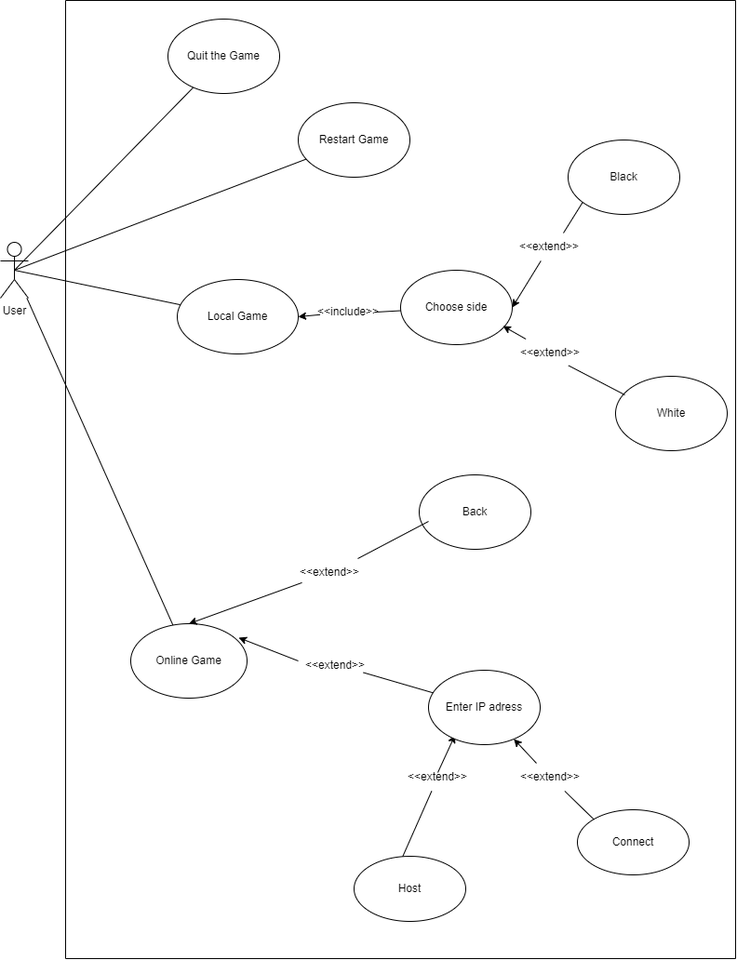
Before: UML/Use-case.png, a diagram exported from draw.io (ageru666/git_oop). Source tidied: cells renumbered, new cells last; positions are measured from the earlier drawing's top-left corner, leaving out a move shared by most shapes.
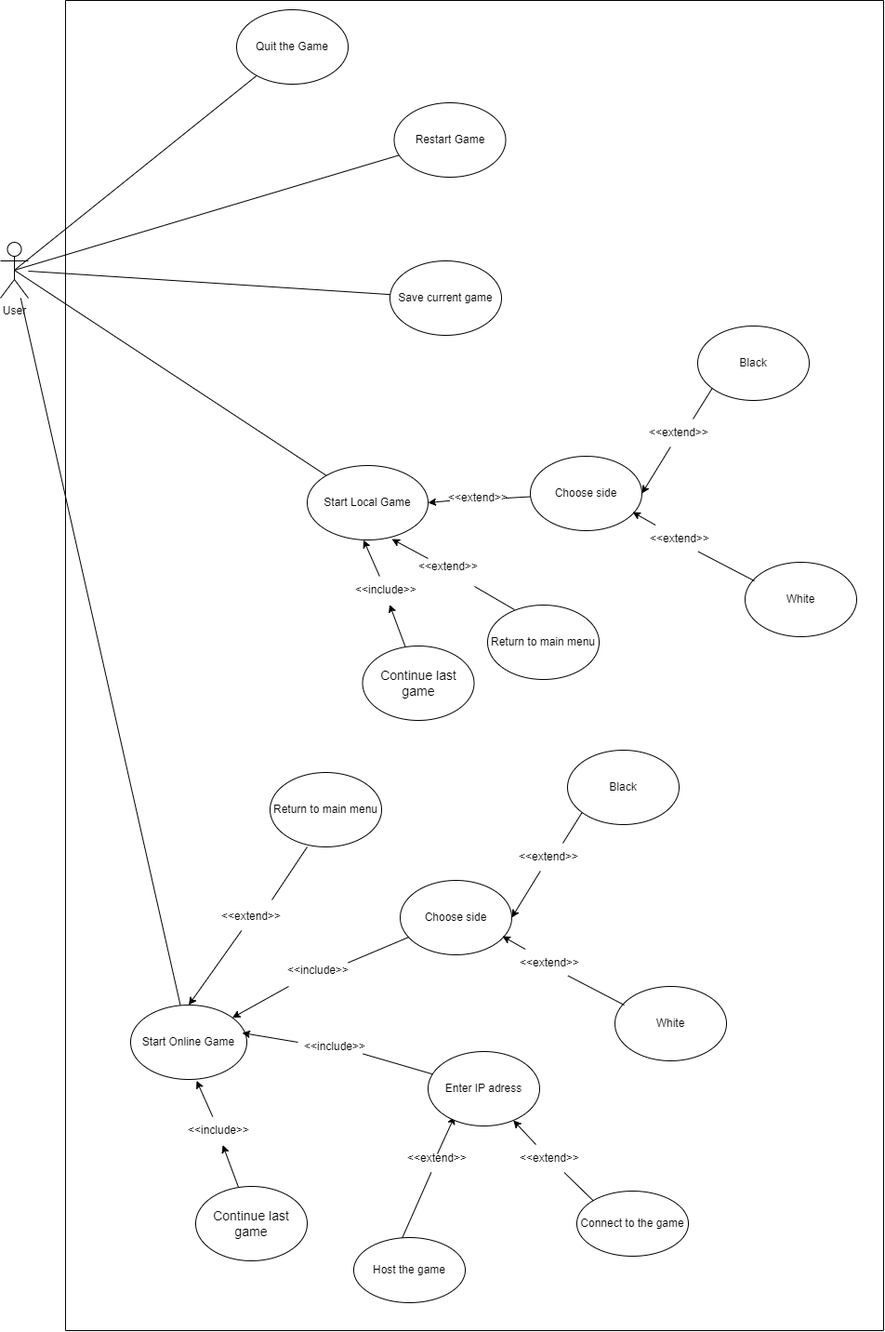
The same file after the commit.

What changed in the source:
```diff
@@ -8,60 +8,60 @@
     <mxCell id="3" style="endArrow=none;html=1;rounded=0;exitX=0.5;exitY=0.5;exitDx=0;exitDy=0;exitPerimeter=0;" parent="1" edge="1" source="2" target="4">
       <mxGeometry relative="1" as="geometry" />
     </mxCell>
-    <mxCell id="4" value="Local Game" style="ellipse;whiteSpace=wrap;html=1;" parent="1" vertex="1">
-      <mxGeometry x="190" y="300" width="130" height="80" as="geometry" />
+    <mxCell id="4" value="Start Local Game" style="ellipse;whiteSpace=wrap;html=1;" parent="1" vertex="1">
+      <mxGeometry x="330" y="500" width="130" height="80" as="geometry" />
     </mxCell>
     <mxCell id="5" style="endArrow=none;html=1;rounded=0;" parent="1" edge="1" source="2" target="6">
       <mxGeometry relative="1" as="geometry" />
     </mxCell>
-    <mxCell id="6" value="Online Game" style="ellipse;whiteSpace=wrap;html=1;" parent="1" vertex="1">
-      <mxGeometry x="140" y="670" width="125" height="80" as="geometry" />
+    <mxCell id="6" value="Start Online Game" style="ellipse;whiteSpace=wrap;html=1;" parent="1" vertex="1">
+      <mxGeometry x="140" y="1080" width="125" height="80" as="geometry" />
     </mxCell>
     <mxCell id="7" style="endArrow=classic;html=1;rounded=0;startArrow=none;entryX=0.936;entryY=0.8;entryDx=0;entryDy=0;entryPerimeter=0;" parent="1" edge="1">
       <mxGeometry relative="1" as="geometry">
-        <mxPoint x="470" y="830" as="sourcePoint" />
-        <mxPoint x="488.5" y="789.8" as="targetPoint" />
+        <mxPoint x="470" y="1240" as="sourcePoint" />
+        <mxPoint x="488.5" y="1199.8" as="targetPoint" />
       </mxGeometry>
     </mxCell>
     <mxCell id="8" style="endArrow=none;html=1;rounded=0;exitX=0.433;exitY=0.014;exitDx=0;exitDy=0;exitPerimeter=0;" parent="1" edge="1" source="10" target="9">
       <mxGeometry relative="1" as="geometry" />
     </mxCell>
     <mxCell id="9" value="&amp;lt;&amp;lt;extend&amp;gt;&amp;gt;" style="text;html=1;strokeColor=none;fillColor=none;align=center;verticalAlign=middle;whiteSpace=wrap;rounded=0;" parent="1" vertex="1">
-      <mxGeometry x="440" y="820" width="60" height="30" as="geometry" />
+      <mxGeometry x="440" y="1230" width="60" height="30" as="geometry" />
     </mxCell>
-    <mxCell id="10" value="Host" style="ellipse;whiteSpace=wrap;html=1;" parent="1" vertex="1">
-      <mxGeometry x="380" y="920" width="120" height="70" as="geometry" />
+    <mxCell id="10" value="Host the game" style="ellipse;whiteSpace=wrap;html=1;" parent="1" vertex="1">
+      <mxGeometry x="380" y="1330" width="120" height="70" as="geometry" />
     </mxCell>
-    <mxCell id="11" style="endArrow=classic;html=1;rounded=0;entryX=0.928;entryY=0.188;entryDx=0;entryDy=0;entryPerimeter=0;startArrow=none;" parent="1" edge="1" target="6">
+    <mxCell id="11" style="endArrow=classic;html=1;rounded=0;startArrow=none;entryX=0.96;entryY=0.375;entryDx=0;entryDy=0;entryPerimeter=0;" parent="1" edge="1" target="6">
       <mxGeometry relative="1" as="geometry">
-        <mxPoint x="320" y="710" as="sourcePoint" />
+        <mxPoint x="320" y="1120" as="sourcePoint" />
       </mxGeometry>
     </mxCell>
     <mxCell id="12" style="endArrow=none;html=1;rounded=0;entryX=1;entryY=0.75;entryDx=0;entryDy=0;" parent="1" edge="1" source="14" target="13">
       <mxGeometry relative="1" as="geometry" />
     </mxCell>
-    <mxCell id="13" value="&amp;lt;&amp;lt;extend&amp;gt;&amp;gt;" style="text;html=1;strokeColor=none;fillColor=none;align=center;verticalAlign=middle;whiteSpace=wrap;rounded=0;" parent="1" vertex="1">
-      <mxGeometry x="330" y="700" width="60" height="30" as="geometry" />
+    <mxCell id="13" value="&amp;lt;&amp;lt;include&amp;gt;&amp;gt;" style="text;html=1;strokeColor=none;fillColor=none;align=center;verticalAlign=middle;whiteSpace=wrap;rounded=0;" parent="1" vertex="1">
+      <mxGeometry x="330" y="1110" width="60" height="30" as="geometry" />
     </mxCell>
     <mxCell id="14" value="Enter IP adress" style="ellipse;whiteSpace=wrap;html=1;" parent="1" vertex="1">
-      <mxGeometry x="460" y="720" width="120" height="80" as="geometry" />
+      <mxGeometry x="460" y="1130" width="120" height="80" as="geometry" />
     </mxCell>
     <mxCell id="15" style="endArrow=classic;html=1;rounded=0;entryX=0.5;entryY=0;entryDx=0;entryDy=0;startArrow=none;" parent="1" edge="1" source="18" target="6">
       <mxGeometry relative="1" as="geometry" />
     </mxCell>
-    <mxCell id="16" value="Back" style="ellipse;whiteSpace=wrap;html=1;" parent="1" vertex="1">
-      <mxGeometry x="450" y="510" width="120" height="80" as="geometry" />
+    <mxCell id="16" value="Return to main menu" style="ellipse;whiteSpace=wrap;html=1;" parent="1" vertex="1">
+      <mxGeometry x="290" y="830" width="120" height="80" as="geometry" />
     </mxCell>
-    <mxCell id="17" style="endArrow=none;html=1;rounded=0;entryX=1;entryY=0;entryDx=0;entryDy=0;" parent="1" edge="1" target="18">
+    <mxCell id="17" style="endArrow=none;html=1;rounded=0;entryX=0.867;entryY=-0.1;entryDx=0;entryDy=0;entryPerimeter=0;" parent="1" edge="1" target="18">
       <mxGeometry relative="1" as="geometry">
-        <mxPoint x="460" y="560" as="sourcePoint" />
+        <mxPoint x="330" y="910" as="sourcePoint" />
       </mxGeometry>
     </mxCell>
     <mxCell id="18" value="&amp;lt;&amp;lt;extend&amp;gt;&amp;gt;" style="text;html=1;strokeColor=none;fillColor=none;align=center;verticalAlign=middle;whiteSpace=wrap;rounded=0;" parent="1" vertex="1">
-      <mxGeometry x="324" y="600" width="60" height="30" as="geometry" />
+      <mxGeometry x="240" y="970" width="60" height="30" as="geometry" />
     </mxCell>
-    <mxCell id="19" value="Connect" style="ellipse;whiteSpace=wrap;html=1;" parent="1" vertex="1">
-      <mxGeometry x="620" y="870" width="120" height="70" as="geometry" />
+    <mxCell id="19" value="Connect to the game" style="ellipse;whiteSpace=wrap;html=1;" parent="1" vertex="1">
+      <mxGeometry x="620" y="1280" width="120" height="70" as="geometry" />
     </mxCell>
     <mxCell id="20" style="endArrow=classic;html=1;rounded=0;exitX=0.25;exitY=0;exitDx=0;exitDy=0;startArrow=none;" parent="1" edge="1" source="34" target="14">
       <mxGeometry relative="1" as="geometry" />
@@ -70,87 +70,175 @@
       <mxGeometry relative="1" as="geometry" />
     </mxCell>
     <mxCell id="22" value="Choose side" style="ellipse;whiteSpace=wrap;html=1;" parent="1" vertex="1">
-      <mxGeometry x="430" y="290" width="120" height="80" as="geometry" />
+      <mxGeometry x="570" y="490" width="120" height="80" as="geometry" />
     </mxCell>
     <mxCell id="23" style="endArrow=classic;html=1;rounded=0;entryX=1;entryY=0.5;entryDx=0;entryDy=0;startArrow=none;" parent="1" edge="1" source="25" target="22">
       <mxGeometry relative="1" as="geometry" />
     </mxCell>
     <mxCell id="24" style="endArrow=none;html=1;rounded=0;entryX=0.75;entryY=0;entryDx=0;entryDy=0;" parent="1" edge="1" target="25">
       <mxGeometry relative="1" as="geometry">
-        <mxPoint x="630" y="210" as="sourcePoint" />
+        <mxPoint x="770" y="410" as="sourcePoint" />
       </mxGeometry>
     </mxCell>
     <mxCell id="25" value="&amp;lt;&amp;lt;extend&amp;gt;&amp;gt;" style="text;html=1;strokeColor=none;fillColor=none;align=center;verticalAlign=middle;whiteSpace=wrap;rounded=0;" parent="1" vertex="1">
-      <mxGeometry x="560" y="250" width="60" height="30" as="geometry" />
+      <mxGeometry x="700" y="450" width="60" height="30" as="geometry" />
     </mxCell>
     <mxCell id="26" value="Black" style="ellipse;whiteSpace=wrap;html=1;" parent="1" vertex="1">
-      <mxGeometry x="610" y="150" width="120" height="80" as="geometry" />
+      <mxGeometry x="750" y="350" width="120" height="80" as="geometry" />
     </mxCell>
     <mxCell id="27" style="endArrow=classic;html=1;rounded=0;entryX=0.825;entryY=0.95;entryDx=0;entryDy=0;entryPerimeter=0;startArrow=none;" parent="1" edge="1" source="30">
       <mxGeometry relative="1" as="geometry">
-        <mxPoint x="540" y="350" as="targetPoint" />
+        <mxPoint x="680" y="550" as="targetPoint" />
       </mxGeometry>
     </mxCell>
     <mxCell id="28" value="White" style="ellipse;whiteSpace=wrap;html=1;" parent="1" vertex="1">
-      <mxGeometry x="661" y="404" width="120" height="80" as="geometry" />
+      <mxGeometry x="801" y="604" width="120" height="80" as="geometry" />
     </mxCell>
     <mxCell id="29" style="endArrow=none;html=1;rounded=0;entryX=0.825;entryY=0.95;entryDx=0;entryDy=0;entryPerimeter=0;" parent="1" edge="1" target="30">
       <mxGeometry relative="1" as="geometry">
-        <mxPoint x="671" y="424" as="sourcePoint" />
+        <mxPoint x="811" y="624" as="sourcePoint" />
       </mxGeometry>
     </mxCell>
     <mxCell id="30" value="&amp;lt;&amp;lt;extend&amp;gt;&amp;gt;" style="text;html=1;strokeColor=none;fillColor=none;align=center;verticalAlign=middle;whiteSpace=wrap;rounded=0;" parent="1" vertex="1">
-      <mxGeometry x="561" y="364" width="60" height="30" as="geometry" />
+      <mxGeometry x="701" y="564" width="60" height="30" as="geometry" />
     </mxCell>
     <mxCell id="31" style="endArrow=none;html=1;rounded=0;exitX=0.5;exitY=0.5;exitDx=0;exitDy=0;exitPerimeter=0;" parent="1" edge="1" source="2" target="32">
       <mxGeometry relative="1" as="geometry" />
     </mxCell>
     <mxCell id="32" value="Quit the Game" style="ellipse;whiteSpace=wrap;html=1;" parent="1" vertex="1">
-      <mxGeometry x="180" y="20" width="120" height="80" as="geometry" />
+      <mxGeometry x="254" y="10" width="120" height="80" as="geometry" />
     </mxCell>
     <mxCell id="33" style="endArrow=none;html=1;rounded=0;exitX=0;exitY=0;exitDx=0;exitDy=0;" parent="1" edge="1" source="19" target="34">
       <mxGeometry relative="1" as="geometry" />
     </mxCell>
     <mxCell id="34" value="&amp;lt;&amp;lt;extend&amp;gt;&amp;gt;" style="text;html=1;strokeColor=none;fillColor=none;align=center;verticalAlign=middle;whiteSpace=wrap;rounded=0;" parent="1" vertex="1">
-      <mxGeometry x="561" y="820" width="60" height="30" as="geometry" />
+      <mxGeometry x="561" y="1230" width="60" height="30" as="geometry" />
     </mxCell>
     <mxCell id="35" style="endArrow=none;html=1;rounded=0;" parent="1" edge="1">
       <mxGeometry relative="1" as="geometry">
-        <mxPoint x="70" y="1030" as="sourcePoint" />
+        <mxPoint x="70" y="1430" as="sourcePoint" />
         <mxPoint x="70" as="targetPoint" />
       </mxGeometry>
     </mxCell>
     <mxCell id="36" style="endArrow=none;html=1;rounded=0;" parent="1" edge="1">
       <mxGeometry relative="1" as="geometry">
-        <mxPoint x="790" as="sourcePoint" />
+        <mxPoint x="950" as="sourcePoint" />
         <mxPoint x="70" as="targetPoint" />
       </mxGeometry>
     </mxCell>
     <mxCell id="37" style="endArrow=none;html=1;rounded=0;" parent="1" edge="1">
       <mxGeometry relative="1" as="geometry">
-        <mxPoint x="790" y="1030" as="sourcePoint" />
-        <mxPoint x="790" as="targetPoint" />
+        <mxPoint x="950" y="1430" as="sourcePoint" />
+        <mxPoint x="950" as="targetPoint" />
       </mxGeometry>
     </mxCell>
     <mxCell id="38" style="endArrow=none;html=1;rounded=0;" parent="1" edge="1">
       <mxGeometry relative="1" as="geometry">
-        <mxPoint x="70" y="1030" as="sourcePoint" />
-        <mxPoint x="790" y="1030" as="targetPoint" />
+        <mxPoint x="70" y="1430" as="sourcePoint" />
+        <mxPoint x="950" y="1430" as="targetPoint" />
       </mxGeometry>
     </mxCell>
     <mxCell id="39" style="endArrow=none;html=1;rounded=0;entryX=1;entryY=0.5;entryDx=0;entryDy=0;" parent="1" edge="1" source="22" target="40">
       <mxGeometry relative="1" as="geometry" />
     </mxCell>
-    <mxCell id="40" value="&amp;lt;&amp;lt;include&amp;gt;&amp;gt;" style="text;html=1;strokeColor=none;fillColor=none;align=center;verticalAlign=middle;whiteSpace=wrap;rounded=0;" parent="1" vertex="1">
-      <mxGeometry x="343.5" y="320" width="60" height="30" as="geometry" />
+    <mxCell id="40" value="&amp;lt;&amp;lt;extend&amp;gt;&amp;gt;" style="text;html=1;strokeColor=none;fillColor=none;align=center;verticalAlign=middle;whiteSpace=wrap;rounded=0;" parent="1" vertex="1">
+      <mxGeometry x="483.5" y="520" width="60" height="30" as="geometry" />
     </mxCell>
-    <mxCell id="41" style="endArrow=none;html=1;rounded=0;entryX=0.5;entryY=0.5;entryDx=0;entryDy=0;entryPerimeter=0;" parent="1" edge="1" target="2">
-      <mxGeometry relative="1" as="geometry">
-        <mxPoint x="330" y="170" as="sourcePoint" />
-      </mxGeometry>
+    <mxCell id="41" style="endArrow=none;html=1;rounded=0;entryX=0.5;entryY=0.5;entryDx=0;entryDy=0;entryPerimeter=0;" parent="1" edge="1" source="42" target="2">
+      <mxGeometry relative="1" as="geometry" />
     </mxCell>
     <mxCell id="42" value="Restart Game" style="ellipse;whiteSpace=wrap;html=1;" parent="1" vertex="1">
-      <mxGeometry x="320" y="110" width="120" height="80" as="geometry" />
+      <mxGeometry x="423.5" y="110" width="120" height="80" as="geometry" />
     </mxCell>
+    <mxCell id="43" value="Return to main menu" style="ellipse;whiteSpace=wrap;html=1;" parent="1" vertex="1">
+      <mxGeometry x="524" y="650" width="120" height="80" as="geometry" />
+    </mxCell>
+    <mxCell id="44" style="endArrow=classic;html=1;rounded=0;startArrow=none;entryX=0.7;entryY=0.988;entryDx=0;entryDy=0;entryPerimeter=0;" parent="1" edge="1" target="4">
+      <mxGeometry relative="1" as="geometry">
+        <mxPoint x="460" y="600" as="sourcePoint" />
+      </mxGeometry>
+    </mxCell>
+    <mxCell id="45" value="Choose side" style="ellipse;whiteSpace=wrap;html=1;" parent="1" vertex="1">
+      <mxGeometry x="430" y="946" width="120" height="80" as="geometry" />
+    </mxCell>
+    <mxCell id="46" style="endArrow=classic;html=1;rounded=0;entryX=1;entryY=0.5;entryDx=0;entryDy=0;startArrow=none;" parent="1" edge="1" source="48" target="45">
+      <mxGeometry relative="1" as="geometry" />
+    </mxCell>
+    <mxCell id="47" style="endArrow=none;html=1;rounded=0;entryX=0.75;entryY=0;entryDx=0;entryDy=0;" parent="1" edge="1" target="48">
+      <mxGeometry relative="1" as="geometry">
+        <mxPoint x="630" y="866" as="sourcePoint" />
+      </mxGeometry>
+    </mxCell>
+    <mxCell id="48" value="&amp;lt;&amp;lt;extend&amp;gt;&amp;gt;" style="text;html=1;strokeColor=none;fillColor=none;align=center;verticalAlign=middle;whiteSpace=wrap;rounded=0;" parent="1" vertex="1">
+      <mxGeometry x="560" y="906" width="60" height="30" as="geometry" />
+    </mxCell>
+    <mxCell id="49" value="Black" style="ellipse;whiteSpace=wrap;html=1;" parent="1" vertex="1">
+      <mxGeometry x="610" y="806" width="120" height="80" as="geometry" />
+    </mxCell>
+    <mxCell id="50" style="endArrow=classic;html=1;rounded=0;entryX=0.825;entryY=0.95;entryDx=0;entryDy=0;entryPerimeter=0;startArrow=none;" parent="1" edge="1" source="53">
+      <mxGeometry relative="1" as="geometry">
+        <mxPoint x="540" y="1006" as="targetPoint" />
+      </mxGeometry>
+    </mxCell>
+    <mxCell id="51" value="White" style="ellipse;whiteSpace=wrap;html=1;" parent="1" vertex="1">
+      <mxGeometry x="661" y="1060" width="120" height="80" as="geometry" />
+    </mxCell>
+    <mxCell id="52" style="endArrow=none;html=1;rounded=0;entryX=0.825;entryY=0.95;entryDx=0;entryDy=0;entryPerimeter=0;" parent="1" edge="1" target="53">
+      <mxGeometry relative="1" as="geometry">
+        <mxPoint x="671" y="1080" as="sourcePoint" />
+      </mxGeometry>
+    </mxCell>
+    <mxCell id="53" value="&amp;lt;&amp;lt;extend&amp;gt;&amp;gt;" style="text;html=1;strokeColor=none;fillColor=none;align=center;verticalAlign=middle;whiteSpace=wrap;rounded=0;" parent="1" vertex="1">
+      <mxGeometry x="561" y="1020" width="60" height="30" as="geometry" />
+    </mxCell>
+    <mxCell id="54" style="endArrow=classic;html=1;rounded=0;exitX=0;exitY=1;exitDx=0;exitDy=0;exitPerimeter=0;" parent="1" edge="1" source="55" target="6">
+      <mxGeometry relative="1" as="geometry" />
+    </mxCell>
+    <mxCell id="55" value="&amp;lt;&amp;lt;include&amp;gt;&amp;gt;" style="text;html=1;strokeColor=none;fillColor=none;align=center;verticalAlign=middle;whiteSpace=wrap;rounded=0;" parent="1" vertex="1">
+      <mxGeometry x="310" y="1026" width="64" height="34" as="geometry" />
+    </mxCell>
+    <mxCell id="56" style="endArrow=none;html=1;rounded=0;entryX=1;entryY=0.25;entryDx=0;entryDy=0;" parent="1" edge="1" source="45" target="55">
+      <mxGeometry relative="1" as="geometry" />
+    </mxCell>
+    <mxCell id="57" value="&amp;lt;&amp;lt;extend&amp;gt;&amp;gt;" style="text;html=1;strokeColor=none;fillColor=none;align=center;verticalAlign=middle;whiteSpace=wrap;rounded=0;" parent="1" vertex="1">
+      <mxGeometry x="452" y="594" width="60" height="30" as="geometry" />
+    </mxCell>
+    <mxCell id="58" style="endArrow=none;html=1;rounded=0;exitX=0.242;exitY=0.063;exitDx=0;exitDy=0;exitPerimeter=0;" parent="1" edge="1" source="43">
+      <mxGeometry relative="1" as="geometry">
+        <mxPoint x="510" y="630" as="targetPoint" />
+      </mxGeometry>
+    </mxCell>
+    <mxCell id="59" style="endArrow=none;html=1;rounded=0;" parent="1" edge="1" source="2" target="60">
+      <mxGeometry relative="1" as="geometry" />
+    </mxCell>
+    <mxCell id="60" value="Save current game" style="ellipse;whiteSpace=wrap;html=1;" parent="1" vertex="1">
+      <mxGeometry x="419" y="280" width="120" height="80" as="geometry" />
+    </mxCell>
+    <mxCell id="61" style="endArrow=classic;html=1;rounded=0;entryX=0.568;entryY=1.017;entryDx=0;entryDy=0;entryPerimeter=0;" parent="1" edge="1" source="64" target="6">
+      <mxGeometry relative="1" as="geometry" />
+    </mxCell>
+    <mxCell id="62" value="&lt;font style=&quot;font-size: 14px;&quot;&gt;Continue last game&lt;/font&gt;" style="ellipse;whiteSpace=wrap;html=1;" parent="1" vertex="1">
+      <mxGeometry x="210" y="1275" width="120" height="80" as="geometry" />
+    </mxCell>
+    <mxCell id="63" style="endArrow=classic;html=1;rounded=0;entryX=0.568;entryY=1.017;entryDx=0;entryDy=0;entryPerimeter=0;" parent="1" edge="1" source="62" target="64">
+      <mxGeometry relative="1" as="geometry" />
+    </mxCell>
+    <mxCell id="64" value="&amp;lt;&amp;lt;include&amp;gt;&amp;gt;" style="text;html=1;strokeColor=none;fillColor=none;align=center;verticalAlign=middle;whiteSpace=wrap;rounded=0;" parent="1" vertex="1">
+      <mxGeometry x="205" y="1200" width="60" height="30" as="geometry" />
+    </mxCell>
+    <mxCell id="65" style="endArrow=classic;html=1;rounded=0;entryX=0.568;entryY=1.017;entryDx=0;entryDy=0;entryPerimeter=0;" parent="1" edge="1" source="68">
+      <mxGeometry relative="1" as="geometry">
+        <mxPoint x="390.5" y="580" as="targetPoint" />
+      </mxGeometry>
+    </mxCell>
+    <mxCell id="66" value="&lt;font style=&quot;font-size: 14px;&quot;&gt;Continue last game&lt;/font&gt;" style="ellipse;whiteSpace=wrap;html=1;" parent="1" vertex="1">
+      <mxGeometry x="389.5" y="694" width="120" height="80" as="geometry" />
+    </mxCell>
+    <mxCell id="67" style="endArrow=classic;html=1;rounded=0;entryX=0.568;entryY=1.017;entryDx=0;entryDy=0;entryPerimeter=0;" parent="1" edge="1" source="66" target="68">
+      <mxGeometry relative="1" as="geometry" />
+    </mxCell>
+    <mxCell id="68" value="&amp;lt;&amp;lt;include&amp;gt;&amp;gt;" style="text;html=1;strokeColor=none;fillColor=none;align=center;verticalAlign=middle;whiteSpace=wrap;rounded=0;" parent="1" vertex="1">
+      <mxGeometry x="384.5" y="619" width="60" height="30" as="geometry" />
+    </mxCell>
   </root>
 </mxGraphModel>
```
